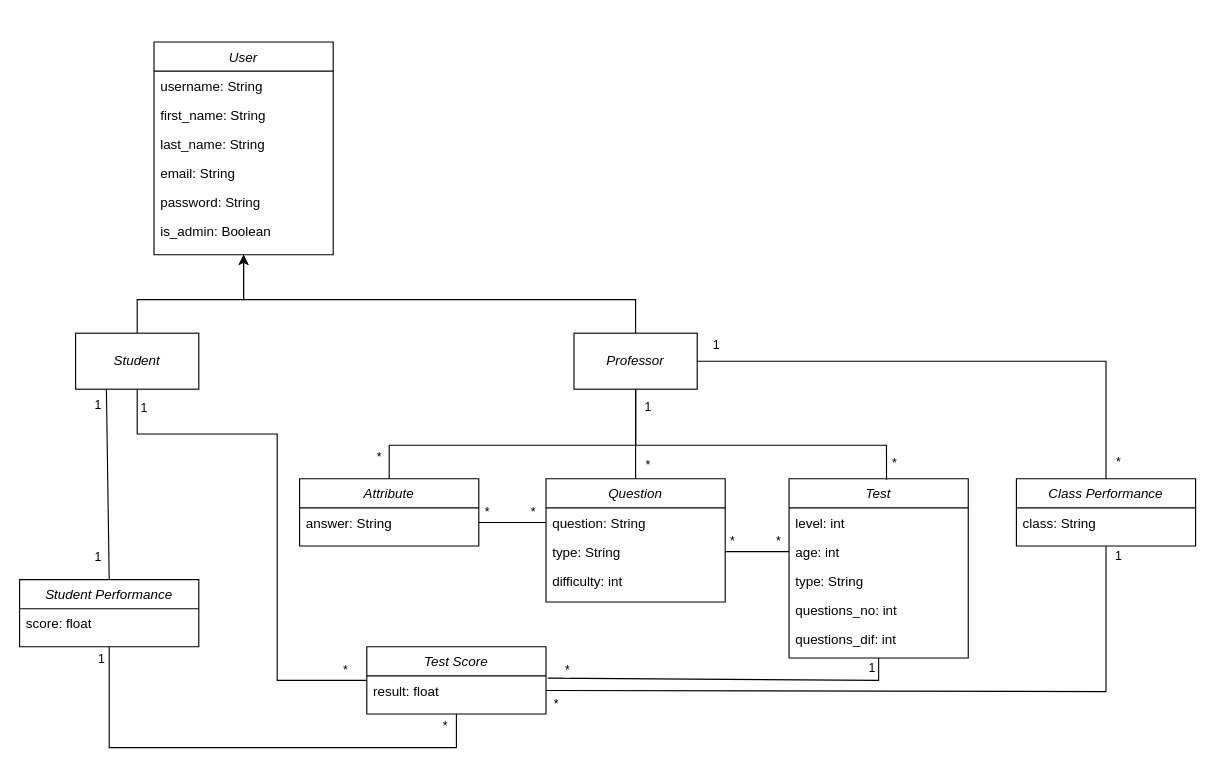
This is Class Diagram.drawio from nganaconda/lms-web, a draw.io file, before an edit. Source tidied: cells renumbered, new cells numbered last; positions are measured from the earlier drawing's top-left corner, leaving out a move shared by most shapes. Both pictures are drawn from the tidied source at 112%, with x=0, y=0 at pixel (19, 41).
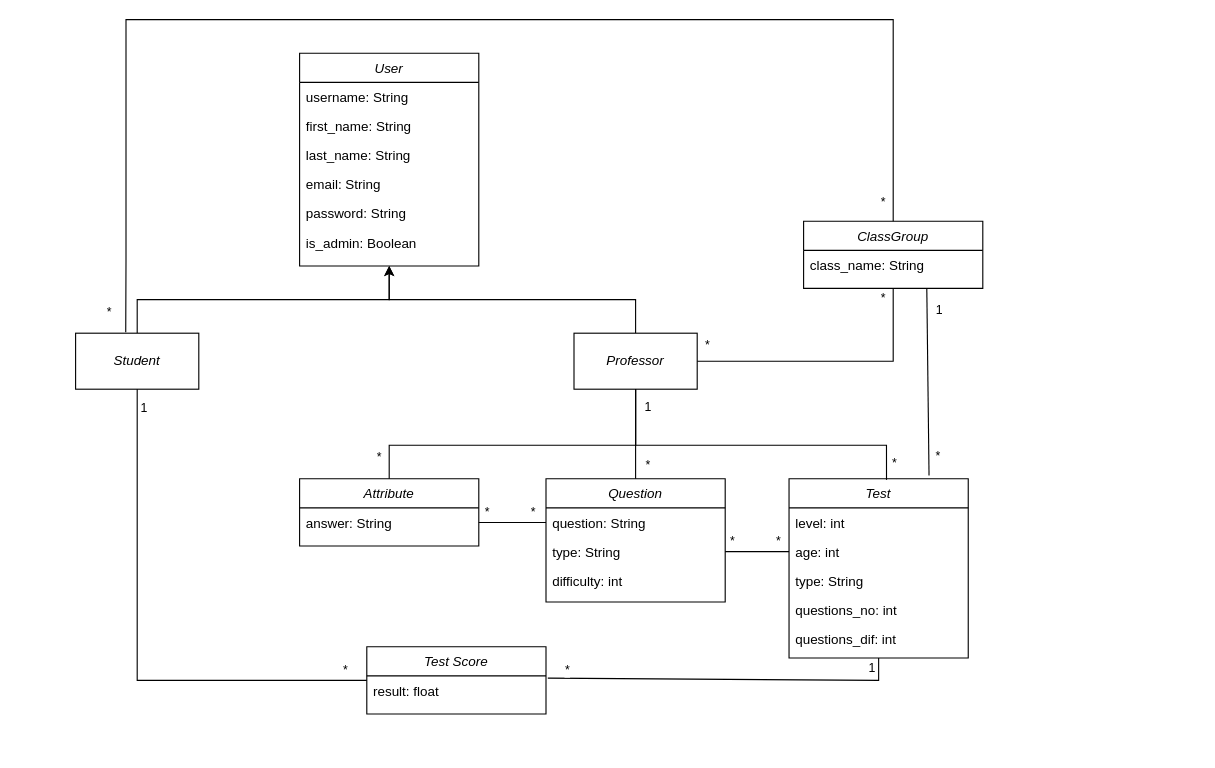
The same diagram, later.

Unchanged cells that the change refers to:
```xml
<mxCell id="10" value="Student" style="rounded=0;whiteSpace=wrap;html=1;fontStyle=2;" parent="1" vertex="1">
  <mxGeometry x="50" y="260" width="110" height="50" as="geometry" />
</mxCell>
<mxCell id="12" value="Professor" style="rounded=0;whiteSpace=wrap;html=1;fontStyle=2;" parent="1" vertex="1">
  <mxGeometry x="495" y="260" width="110" height="50" as="geometry" />
</mxCell>
<mxCell id="37" value="Test Score" style="swimlane;fontStyle=2;align=center;verticalAlign=top;horizontal=1;startSize=26;rounded=0;shadow=0;strokeWidth=1;" parent="1" vertex="1">
  <mxGeometry x="310" y="540" width="160" height="60" as="geometry" />
</mxCell>
<mxCell id="38" value="result: float" style="text;align=left;verticalAlign=top;spacingLeft=4;spacingRight=4;overflow=hidden;points=[[0,0.5],[1,0.5]];portConstraint=eastwest;" parent="37" vertex="1">
  <mxGeometry y="26" width="160" height="26" as="geometry" />
</mxCell>
```

The edit, as a diff of the source:
```diff
@@
     <mxCell id="2" value="User" style="swimlane;fontStyle=2;align=center;verticalAlign=top;horizontal=1;startSize=26;rounded=0;shadow=0;strokeWidth=1;" parent="1" vertex="1">
-      <mxGeometry x="120" width="160" height="190" as="geometry" />
+      <mxGeometry x="250" y="10" width="160" height="190" as="geometry" />
     </mxCell>
@@
     <mxCell id="9" style="edgeStyle=orthogonalEdgeStyle;rounded=0;jettySize=auto;html=1;entryX=0.5;entryY=1;entryDx=0;entryDy=0;" parent="1" edge="1" source="10" target="2">
       <mxGeometry relative="1" as="geometry">
         <Array as="points">
           <mxPoint x="105" y="230" />
-          <mxPoint x="200" y="230" />
+          <mxPoint x="330" y="230" />
         </Array>
       </mxGeometry>
     </mxCell>
@@
     <mxCell id="11" style="edgeStyle=orthogonalEdgeStyle;rounded=0;jettySize=auto;html=1;entryX=0.5;entryY=1;entryDx=0;entryDy=0;exitX=0.5;exitY=0;exitDx=0;exitDy=0;" parent="1" edge="1" source="12" target="2">
       <mxGeometry relative="1" as="geometry">
         <Array as="points">
           <mxPoint x="550" y="230" />
-          <mxPoint x="200" y="230" />
+          <mxPoint x="330" y="230" />
         </Array>
       </mxGeometry>
     </mxCell>
@@
-    <mxCell id="35" value="Student Performance" style="swimlane;fontStyle=2;align=center;verticalAlign=top;horizontal=1;startSize=26;rounded=0;shadow=0;strokeWidth=1;" parent="1" vertex="1">
-      <mxGeometry y="480" width="160" height="60" as="geometry" />
-    </mxCell>
-    <mxCell id="36" value="score: float" style="text;align=left;verticalAlign=top;spacingLeft=4;spacingRight=4;overflow=hidden;" parent="35" vertex="1">
-      <mxGeometry y="26" width="160" height="26" as="geometry" />
-    </mxCell>
@@
     <mxCell id="39" style="endArrow=none;html=1;rounded=0;entryX=0.5;entryY=1;entryDx=0;entryDy=0;exitX=0;exitY=0.5;exitDx=0;exitDy=0;" parent="1" edge="1" source="37" target="10">
       <mxGeometry relative="1" as="geometry">
         <Array as="points">
           <mxPoint x="230" y="570" />
-          <mxPoint x="230" y="350" />
+          <mxPoint x="105" y="570" />
           <mxPoint x="105" y="350" />
         </Array>
       </mxGeometry>
     </mxCell>
@@
-    <mxCell id="45" style="endArrow=none;html=1;rounded=0;entryX=0.25;entryY=1;entryDx=0;entryDy=0;exitX=0.5;exitY=0;exitDx=0;exitDy=0;" parent="1" edge="1" source="35" target="10">
-      <mxGeometry relative="1" as="geometry" />
-    </mxCell>
-    <mxCell id="46" value="1" style="edgeLabel;html=1;align=center;verticalAlign=middle;" parent="45" vertex="1">
-      <mxGeometry x="0.83" y="-2" relative="1" as="geometry">
-        <mxPoint x="-10" as="offset" />
-      </mxGeometry>
-    </mxCell>
-    <mxCell id="47" value="1" style="edgeLabel;html=1;align=center;verticalAlign=middle;" parent="45" vertex="1">
-      <mxGeometry x="-0.82" y="-1" relative="1" as="geometry">
-        <mxPoint x="-11" y="-5" as="offset" />
-      </mxGeometry>
-    </mxCell>
-    <mxCell id="48" style="endArrow=none;html=1;rounded=0;entryX=0.5;entryY=1;entryDx=0;entryDy=0;exitX=0.5;exitY=1;exitDx=0;exitDy=0;" parent="1" edge="1" source="37" target="35">
-      <mxGeometry relative="1" as="geometry">
-        <Array as="points">
-          <mxPoint x="390" y="630" />
-          <mxPoint x="80" y="630" />
-        </Array>
-      </mxGeometry>
-    </mxCell>
-    <mxCell id="49" value="1" style="edgeLabel;html=1;align=center;verticalAlign=middle;" parent="48" vertex="1">
-      <mxGeometry x="0.83" y="-2" relative="1" as="geometry">
-        <mxPoint x="-10" y="-27" as="offset" />
-      </mxGeometry>
-    </mxCell>
-    <mxCell id="50" value="*" style="edgeLabel;html=1;align=center;verticalAlign=middle;" parent="48" vertex="1">
-      <mxGeometry x="-0.82" y="-1" relative="1" as="geometry">
-        <mxPoint x="-2" y="-19" as="offset" />
-      </mxGeometry>
-    </mxCell>
-    <mxCell id="51" value="Class Performance" style="swimlane;fontStyle=2;align=center;verticalAlign=top;horizontal=1;startSize=26;rounded=0;shadow=0;strokeWidth=1;" parent="1" vertex="1">
-      <mxGeometry x="890" y="390" width="160" height="60" as="geometry" />
+    <mxCell id="51" value="ClassGroup" style="swimlane;fontStyle=2;align=center;verticalAlign=top;horizontal=1;startSize=26;rounded=0;shadow=0;strokeWidth=1;" parent="1" vertex="1">
+      <mxGeometry x="700" y="160" width="160" height="60" as="geometry" />
     </mxCell>
-    <mxCell id="52" value="class: String" style="text;align=left;verticalAlign=top;spacingLeft=4;spacingRight=4;overflow=hidden;" parent="51" vertex="1">
+    <mxCell id="52" value="class_name: String" style="text;align=left;verticalAlign=top;spacingLeft=4;spacingRight=4;overflow=hidden;" parent="51" vertex="1">
       <mxGeometry y="26" width="160" height="26" as="geometry" />
     </mxCell>
-    <mxCell id="53" style="endArrow=none;html=1;rounded=0;entryX=1;entryY=0.5;entryDx=0;entryDy=0;exitX=0.5;exitY=0;exitDx=0;exitDy=0;" parent="1" edge="1" source="51" target="12">
+    <mxCell id="53" style="endArrow=none;html=1;rounded=0;entryX=1;entryY=0.5;entryDx=0;entryDy=0;exitX=0.5;exitY=1;exitDx=0;exitDy=0;" parent="1" edge="1" source="51" target="12">
       <mxGeometry relative="1" as="geometry">
         <Array as="points">
-          <mxPoint x="970" y="285" />
+          <mxPoint x="780" y="250" />
+          <mxPoint x="780" y="285" />
+          <mxPoint x="690" y="285" />
         </Array>
       </mxGeometry>
     </mxCell>
-    <mxCell id="54" value="1" style="edgeLabel;html=1;align=center;verticalAlign=middle;" parent="53" vertex="1">
+    <mxCell id="54" value="*" style="edgeLabel;html=1;align=center;verticalAlign=middle;" parent="53" vertex="1">
       <mxGeometry x="0.93" y="-1" relative="1" as="geometry">
         <mxPoint y="-14" as="offset" />
       </mxGeometry>
     </mxCell>
     <mxCell id="55" value="*" style="edgeLabel;html=1;align=center;verticalAlign=middle;" parent="53" vertex="1">
       <mxGeometry x="-0.93" relative="1" as="geometry">
-        <mxPoint x="10" as="offset" />
+        <mxPoint x="-10" as="offset" />
       </mxGeometry>
     </mxCell>
-    <mxCell id="56" style="endArrow=none;html=1;rounded=0;entryX=0.5;entryY=1;entryDx=0;entryDy=0;exitX=1;exitY=0.5;exitDx=0;exitDy=0;" parent="1" edge="1" source="38" target="51">
-      <mxGeometry relative="1" as="geometry">
-        <Array as="points">
-          <mxPoint x="970" y="580" />
-        </Array>
-      </mxGeometry>
-    </mxCell>
-    <mxCell id="57" value="1" style="edgeLabel;html=1;align=center;verticalAlign=middle;" parent="56" vertex="1">
-      <mxGeometry x="0.93" y="-1" relative="1" as="geometry">
-        <mxPoint x="9" y="-14" as="offset" />
-      </mxGeometry>
-    </mxCell>
-    <mxCell id="58" value="*" style="edgeLabel;html=1;align=center;verticalAlign=middle;" parent="56" vertex="1">
-      <mxGeometry x="-0.93" relative="1" as="geometry">
-        <mxPoint x="-13" y="11" as="offset" />
-      </mxGeometry>
-    </mxCell>
+    <mxCell id="59" style="endArrow=none;html=1;rounded=0;entryX=0.407;entryY=-0.016;entryDx=0;entryDy=0;exitX=0.5;exitY=0;exitDx=0;exitDy=0;entryPerimeter=0;" parent="1" edge="1" source="51" target="10">
+      <mxGeometry relative="1" as="geometry">
+        <Array as="points">
+          <mxPoint x="780" y="-20" />
+          <mxPoint x="200" y="-20" />
+          <mxPoint x="95" y="-20" />
+          <mxPoint x="95" y="195" />
+        </Array>
+      </mxGeometry>
+    </mxCell>
+    <mxCell id="60" value="*" style="edgeLabel;html=1;align=center;verticalAlign=middle;" parent="59" vertex="1">
+      <mxGeometry x="0.93" y="-1" relative="1" as="geometry">
+        <mxPoint x="-14" y="22" as="offset" />
+      </mxGeometry>
+    </mxCell>
+    <mxCell id="61" value="*" style="edgeLabel;html=1;align=center;verticalAlign=middle;" parent="59" vertex="1">
+      <mxGeometry x="-0.93" relative="1" as="geometry">
+        <mxPoint x="-10" y="22" as="offset" />
+      </mxGeometry>
+    </mxCell>
+    <mxCell id="62" style="endArrow=none;html=1;rounded=0;exitX=0.75;exitY=1;exitDx=0;exitDy=0;entryX=0.844;entryY=-0.018;entryDx=0;entryDy=0;entryPerimeter=0;" parent="1" edge="1">
+      <mxGeometry relative="1" as="geometry">
+        <mxPoint x="810" y="220" as="sourcePoint" />
+        <mxPoint x="812" y="387.1" as="targetPoint" />
+      </mxGeometry>
+    </mxCell>
+    <mxCell id="63" value="1" style="edgeLabel;html=1;align=center;verticalAlign=middle;" parent="62" vertex="1">
+      <mxGeometry x="-0.77" y="2" relative="1" as="geometry">
+        <mxPoint x="8" as="offset" />
+      </mxGeometry>
+    </mxCell>
+    <mxCell id="64" value="*" style="edgeLabel;html=1;align=center;verticalAlign=middle;" parent="62" vertex="1">
+      <mxGeometry x="0.79" y="3" relative="1" as="geometry">
+        <mxPoint x="5" as="offset" />
+      </mxGeometry>
+    </mxCell>
```
